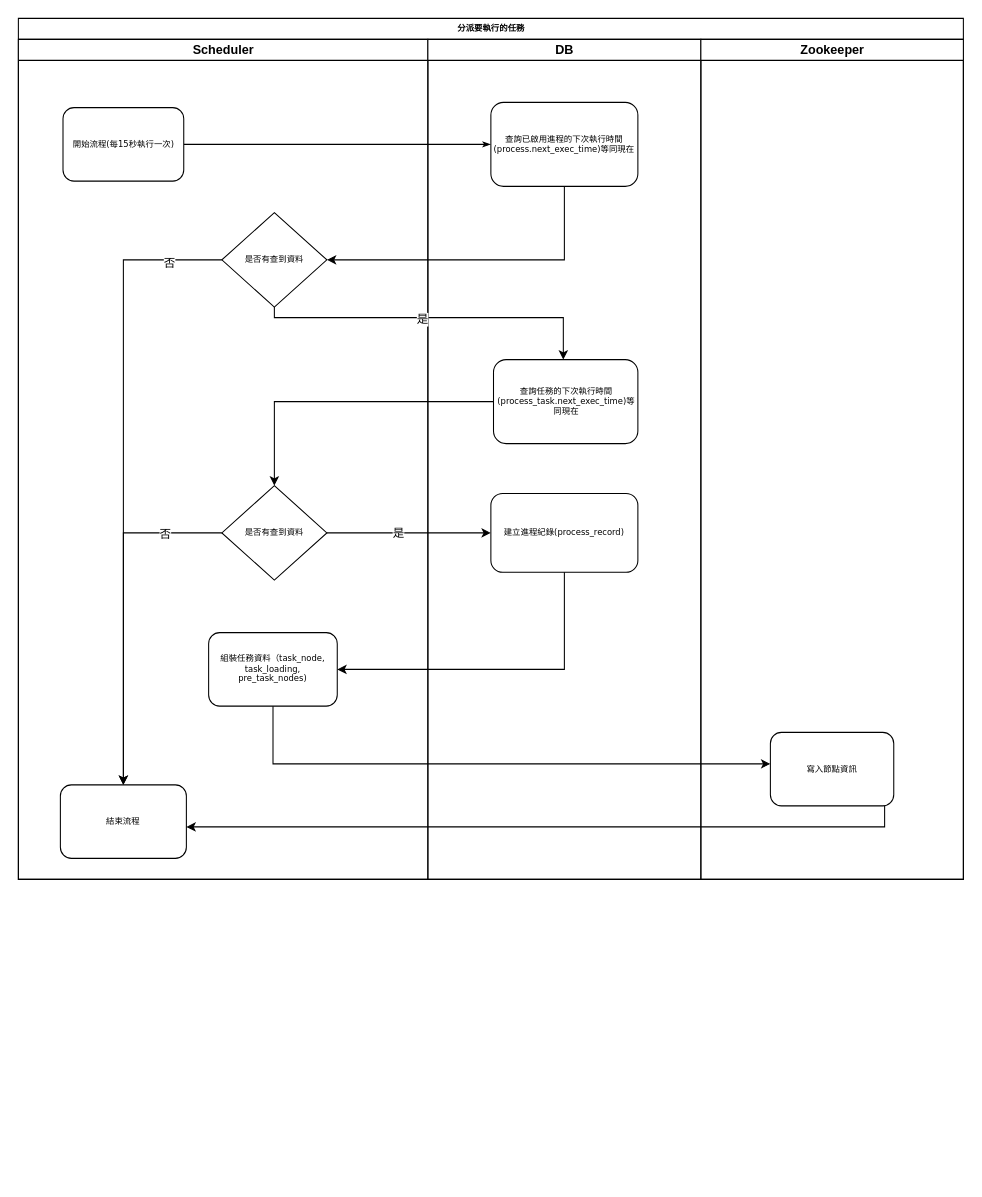
This is draw-io/新增任務流程.drawio from shannonCg/diagram, a draw.io file, before an edit. Source tidied: cells renumbered, new cells numbered last; positions are measured from the earlier drawing's top-left corner, leaving out a move shared by most shapes. Both pictures are drawn from the tidied source at 105%, with x=0, y=0 at pixel (18, 18).
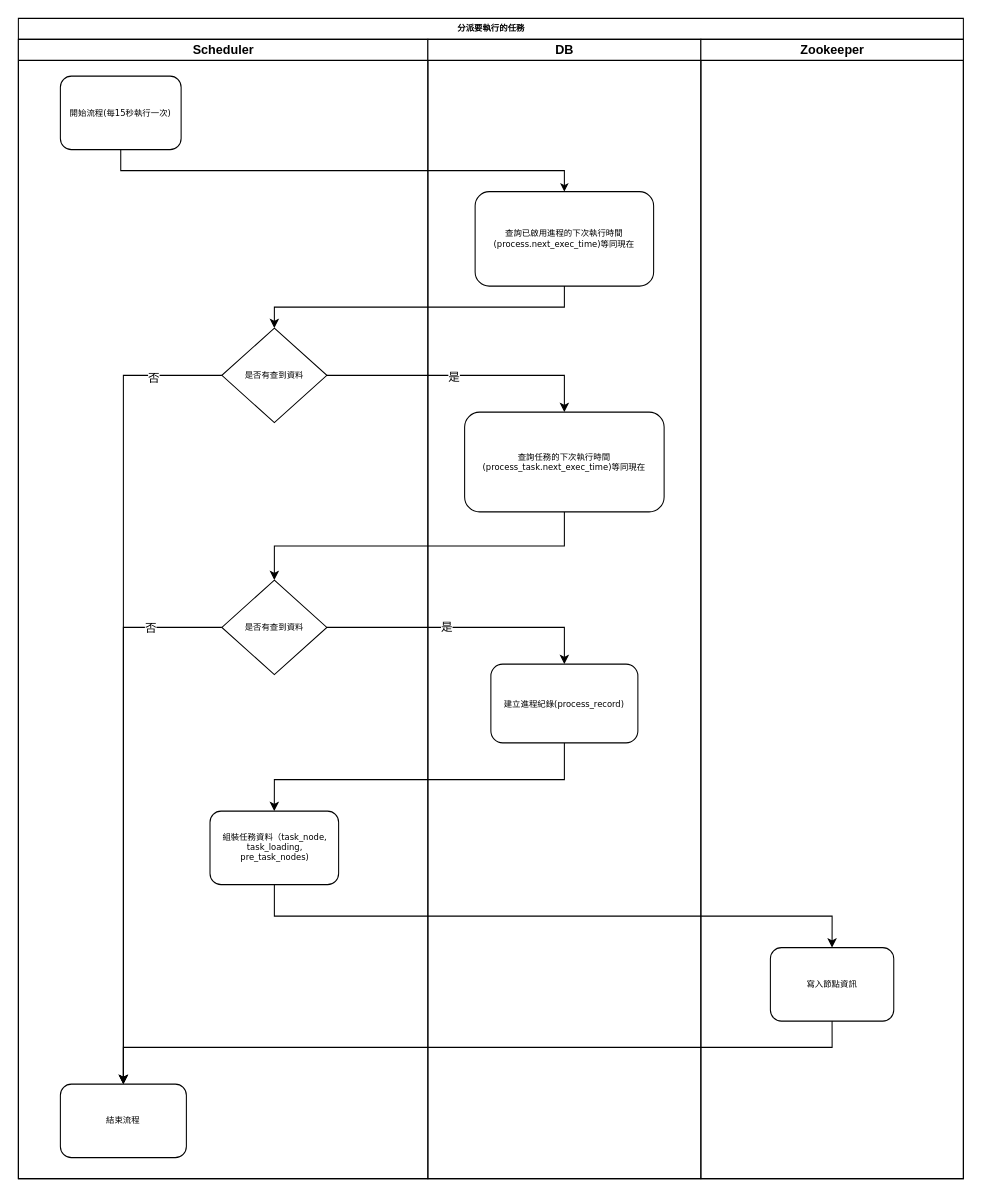
Above is the later version.

Commit message (it also covers changes not shown here):
Update 新增任務流程.drawio

Diff of the diagram source:
```diff
@@
     <mxCell id="2" value="分派要執行的任務" style="swimlane;html=1;startSize=20;rounded=0;shadow=0;labelBackgroundColor=none;strokeWidth=1;fontFamily=Verdana;fontSize=8;align=center;" parent="1" vertex="1">
-      <mxGeometry width="900" height="820" as="geometry" />
+      <mxGeometry width="900" height="1105" as="geometry" />
     </mxCell>
-    <mxCell id="3" style="edgeStyle=orthogonalEdgeStyle;rounded=1;html=1;labelBackgroundColor=none;startArrow=none;startFill=0;startSize=5;endArrow=classicThin;endFill=1;endSize=5;jettySize=auto;strokeWidth=1;fontFamily=Verdana;fontSize=8;" parent="2" edge="1" source="5" target="15">
-      <mxGeometry relative="1" as="geometry" />
+    <mxCell id="3" style="edgeStyle=orthogonalEdgeStyle;rounded=0;html=1;labelBackgroundColor=none;startArrow=none;startFill=0;startSize=5;endArrow=classic;endFill=1;endSize=5;jettySize=auto;strokeWidth=1;fontFamily=Verdana;fontSize=8;exitX=0.5;exitY=1;exitDx=0;exitDy=0;" parent="2" edge="1" source="5" target="15">
+      <mxGeometry relative="1" as="geometry">
+        <Array as="points">
+          <mxPoint x="98" y="145" />
+          <mxPoint x="520" y="145" />
+        </Array>
+      </mxGeometry>
     </mxCell>
+    <mxCell id="26" style="edgeStyle=orthogonalEdgeStyle;rounded=0;jettySize=auto;html=1;exitX=0.5;exitY=1;exitDx=0;exitDy=0;" parent="2" edge="1" source="17" target="12">
+      <mxGeometry relative="1" as="geometry" />
+    </mxCell>
+    <mxCell id="27" style="edgeStyle=orthogonalEdgeStyle;rounded=0;jettySize=auto;html=1;entryX=0.5;entryY=0;entryDx=0;entryDy=0;" parent="2" edge="1" source="9" target="17">
+      <mxGeometry relative="1" as="geometry">
+        <Array as="points">
+          <mxPoint x="520" y="340" />
+        </Array>
+      </mxGeometry>
+    </mxCell>
+    <mxCell id="28" value="是" style="edgeLabel;html=1;align=center;verticalAlign=middle;" parent="27" vertex="1">
+      <mxGeometry x="-0.07" y="-1" relative="1" as="geometry" />
+    </mxCell>
     <mxCell id="4" value="Scheduler" style="swimlane;html=1;startSize=20;" parent="2" vertex="1">
-      <mxGeometry y="20" width="390" height="800" as="geometry" />
+      <mxGeometry y="20" width="390" height="1085" as="geometry" />
     </mxCell>
     <mxCell id="5" value="開始流程(每15秒執行一次)" style="rounded=1;whiteSpace=wrap;html=1;shadow=0;labelBackgroundColor=none;strokeWidth=1;fontFamily=Verdana;fontSize=8;align=center;" parent="4" vertex="1">
-      <mxGeometry x="42.5" y="65" width="115" height="70" as="geometry" />
+      <mxGeometry x="40" y="35" width="115" height="70" as="geometry" />
     </mxCell>
     <mxCell id="6" value="&lt;span style=&quot;&quot;&gt;結束流程&lt;/span&gt;" style="rounded=1;whiteSpace=wrap;html=1;shadow=0;labelBackgroundColor=none;strokeWidth=1;fontFamily=Verdana;fontSize=8;align=center;" parent="4" vertex="1">
-      <mxGeometry x="40" y="710" width="120" height="70" as="geometry" />
+      <mxGeometry x="40" y="995" width="120" height="70" as="geometry" />
     </mxCell>
@@
     <mxCell id="9" value="&lt;span style=&quot;&quot;&gt;是否有查到資料&lt;/span&gt;" style="rhombus;whiteSpace=wrap;html=1;fontSize=8;fontFamily=Verdana;rounded=0;shadow=0;labelBackgroundColor=none;strokeWidth=1;" parent="4" vertex="1">
-      <mxGeometry x="193.8" y="165" width="100" height="90" as="geometry" />
+      <mxGeometry x="193.8" y="275" width="100" height="90" as="geometry" />
     </mxCell>
@@
     <mxCell id="12" value="&lt;span style=&quot;&quot;&gt;是否有查到資料&lt;/span&gt;" style="rhombus;whiteSpace=wrap;html=1;fontSize=8;fontFamily=Verdana;rounded=0;shadow=0;labelBackgroundColor=none;strokeWidth=1;" parent="4" vertex="1">
-      <mxGeometry x="193.8" y="425" width="100" height="90" as="geometry" />
+      <mxGeometry x="193.8" y="515" width="100" height="90" as="geometry" />
     </mxCell>
     <mxCell id="13" value="組裝任務資料（task_node,&lt;br&gt;task_loading,&lt;br&gt;pre_task_nodes)" style="whiteSpace=wrap;html=1;fontSize=8;fontFamily=Verdana;rounded=1;shadow=0;labelBackgroundColor=none;strokeWidth=1;" parent="4" vertex="1">
-      <mxGeometry x="181.2" y="565" width="122.5" height="70" as="geometry" />
+      <mxGeometry x="182.5" y="735" width="122.5" height="70" as="geometry" />
     </mxCell>
+    <mxCell id="21" style="edgeStyle=orthogonalEdgeStyle;rounded=0;jettySize=auto;html=1;entryX=0.5;entryY=0;entryDx=0;entryDy=0;" parent="2" edge="1" source="12" target="16">
+      <mxGeometry relative="1" as="geometry" />
+    </mxCell>
+    <mxCell id="22" value="是" style="edgeLabel;html=1;align=center;verticalAlign=middle;" parent="21" vertex="1">
+      <mxGeometry x="-0.13" y="1" relative="1" as="geometry" />
+    </mxCell>
+    <mxCell id="23" style="edgeStyle=orthogonalEdgeStyle;rounded=0;jettySize=auto;html=1;entryX=0.5;entryY=0;entryDx=0;entryDy=0;" parent="2" edge="1" source="16" target="13">
+      <mxGeometry relative="1" as="geometry">
+        <Array as="points">
+          <mxPoint x="520" y="725" />
+          <mxPoint x="244" y="725" />
+        </Array>
+      </mxGeometry>
+    </mxCell>
+    <mxCell id="24" style="edgeStyle=orthogonalEdgeStyle;rounded=0;jettySize=auto;html=1;entryX=0.5;entryY=0;entryDx=0;entryDy=0;" parent="2" edge="1" source="13" target="19">
+      <mxGeometry relative="1" as="geometry">
+        <Array as="points">
+          <mxPoint x="244" y="855" />
+          <mxPoint x="775" y="855" />
+        </Array>
+      </mxGeometry>
+    </mxCell>
+    <mxCell id="25" style="edgeStyle=orthogonalEdgeStyle;rounded=0;jettySize=auto;html=1;entryX=0.5;entryY=0;entryDx=0;entryDy=0;exitX=0.5;exitY=1;exitDx=0;exitDy=0;" parent="2" edge="1" source="19" target="6">
+      <mxGeometry relative="1" as="geometry">
+        <Array as="points">
+          <mxPoint x="775" y="980" />
+          <mxPoint x="100" y="980" />
+        </Array>
+      </mxGeometry>
+    </mxCell>
     <mxCell id="14" value="DB" style="swimlane;html=1;startSize=20;" parent="2" vertex="1">
-      <mxGeometry x="390" y="20" width="260" height="800" as="geometry" />
+      <mxGeometry x="390" y="20" width="260" height="1085" as="geometry" />
     </mxCell>
     <mxCell id="15" value="查詢已啟用進程的下次執行時間(process.next_exec_time)等同現在" style="rounded=1;whiteSpace=wrap;html=1;shadow=0;labelBackgroundColor=none;strokeWidth=1;fontFamily=Verdana;fontSize=8;align=center;" parent="14" vertex="1">
-      <mxGeometry x="60" y="60" width="140" height="80" as="geometry" />
+      <mxGeometry x="45" y="145" width="170" height="90" as="geometry" />
     </mxCell>
     <mxCell id="16" value="建立進程紀錄(process_record)" style="whiteSpace=wrap;html=1;fontSize=8;fontFamily=Verdana;rounded=1;shadow=0;labelBackgroundColor=none;strokeWidth=1;" parent="14" vertex="1">
-      <mxGeometry x="60" y="432.5" width="140" height="75" as="geometry" />
+      <mxGeometry x="60" y="595" width="140" height="75" as="geometry" />
     </mxCell>
     <mxCell id="17" value="查詢任務的下次執行時間(process_task.next_exec_time)等同現在" style="whiteSpace=wrap;html=1;fontSize=8;fontFamily=Verdana;rounded=1;shadow=0;labelBackgroundColor=none;strokeWidth=1;" parent="14" vertex="1">
-      <mxGeometry x="62.5" y="305" width="137.5" height="80" as="geometry" />
+      <mxGeometry x="35" y="355" width="190" height="95" as="geometry" />
     </mxCell>
     <mxCell id="18" value="Zookeeper" style="swimlane;html=1;startSize=20;" parent="2" vertex="1">
-      <mxGeometry x="650" y="20" width="250" height="800" as="geometry" />
+      <mxGeometry x="650" y="20" width="250" height="1085" as="geometry" />
     </mxCell>
     <mxCell id="19" value="寫入節點資訊" style="rounded=1;whiteSpace=wrap;html=1;shadow=0;labelBackgroundColor=none;strokeWidth=1;fontFamily=Verdana;fontSize=8;align=center;" parent="18" vertex="1">
-      <mxGeometry x="66.2" y="660" width="117.5" height="70" as="geometry" />
+      <mxGeometry x="66.2" y="865" width="117.5" height="70" as="geometry" />
     </mxCell>
-    <mxCell id="20" style="edgeStyle=orthogonalEdgeStyle;rounded=0;jettySize=auto;html=1;entryX=1;entryY=0.5;entryDx=0;entryDy=0;" parent="2" edge="1" source="15" target="9">
-      <mxGeometry relative="1" as="geometry">
-        <Array as="points">
-          <mxPoint x="520" y="230" />
-        </Array>
-      </mxGeometry>
+    <mxCell id="20" style="edgeStyle=orthogonalEdgeStyle;rounded=0;jettySize=auto;html=1;entryX=0.5;entryY=0;entryDx=0;entryDy=0;endArrow=classic;endFill=1;exitX=0.5;exitY=1;exitDx=0;exitDy=0;" parent="2" edge="1" source="15" target="9">
+      <mxGeometry relative="1" as="geometry" />
     </mxCell>
-    <mxCell id="21" style="edgeStyle=orthogonalEdgeStyle;rounded=0;jettySize=auto;html=1;" parent="2" edge="1" source="12" target="16">
-      <mxGeometry relative="1" as="geometry" />
-    </mxCell>
-    <mxCell id="22" value="是" style="edgeLabel;html=1;align=center;verticalAlign=middle;" parent="21" vertex="1">
-      <mxGeometry x="-0.13" y="1" relative="1" as="geometry" />
-    </mxCell>
-    <mxCell id="23" style="edgeStyle=orthogonalEdgeStyle;rounded=0;jettySize=auto;html=1;" parent="2" edge="1" source="16" target="13">
-      <mxGeometry relative="1" as="geometry">
-        <Array as="points">
-          <mxPoint x="520" y="620" />
-        </Array>
-      </mxGeometry>
-    </mxCell>
-    <mxCell id="24" style="edgeStyle=orthogonalEdgeStyle;rounded=0;jettySize=auto;html=1;" parent="2" edge="1" source="13" target="19">
-      <mxGeometry relative="1" as="geometry">
-        <Array as="points">
-          <mxPoint x="243" y="710" />
-        </Array>
-      </mxGeometry>
-    </mxCell>
-    <mxCell id="25" style="edgeStyle=orthogonalEdgeStyle;rounded=0;jettySize=auto;html=1;" parent="2" edge="1" source="19" target="6">
-      <mxGeometry relative="1" as="geometry">
-        <Array as="points">
-          <mxPoint x="825" y="770" />
-        </Array>
-      </mxGeometry>
-    </mxCell>
-    <mxCell id="26" style="edgeStyle=orthogonalEdgeStyle;rounded=0;jettySize=auto;html=1;" parent="2" edge="1" source="17" target="12">
-      <mxGeometry relative="1" as="geometry" />
-    </mxCell>
-    <mxCell id="27" style="edgeStyle=orthogonalEdgeStyle;rounded=0;jettySize=auto;html=1;" parent="2" edge="1" source="9" target="17">
-      <mxGeometry relative="1" as="geometry">
-        <Array as="points">
-          <mxPoint x="244" y="285" />
-          <mxPoint x="519" y="285" />
-        </Array>
-      </mxGeometry>
-    </mxCell>
-    <mxCell id="28" value="是" style="edgeLabel;html=1;align=center;verticalAlign=middle;" parent="27" vertex="1">
-      <mxGeometry x="-0.07" y="-1" relative="1" as="geometry" />
-    </mxCell>
```
